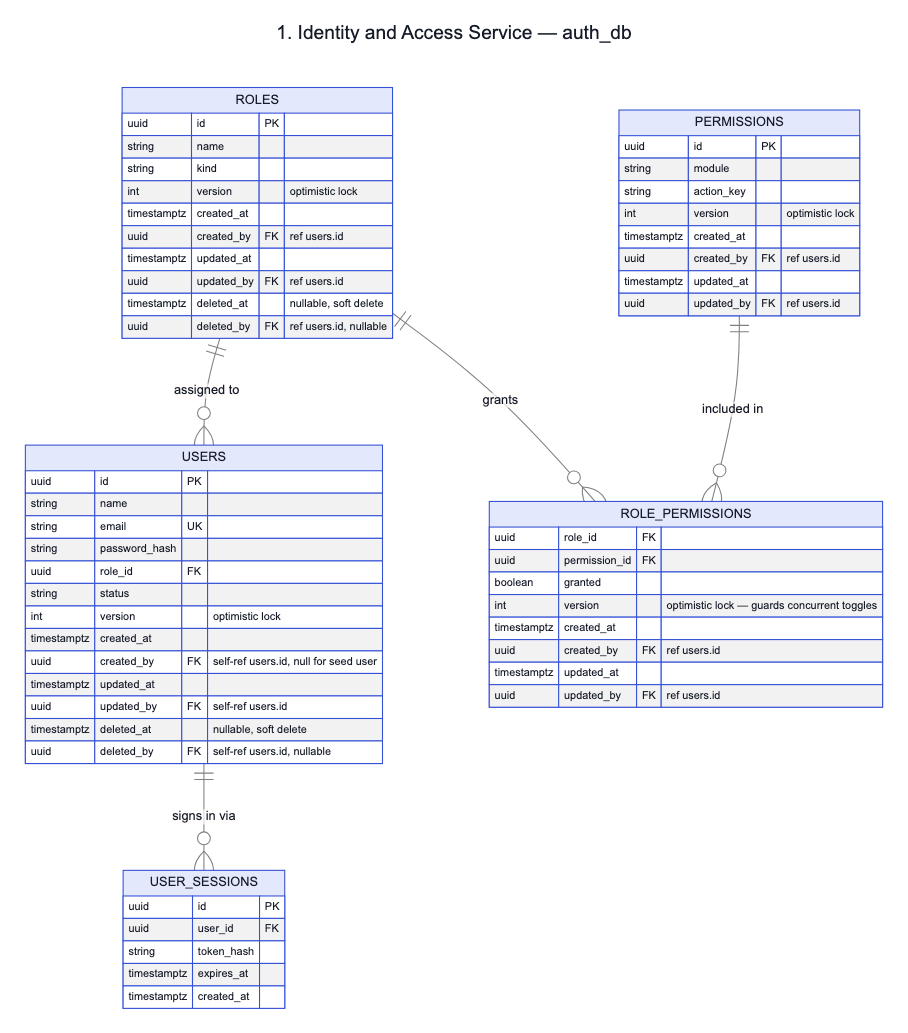
This is docs/architecture/tables-01-identity-access.png from ESD-ONE/University-Course-Management-System, a Mermaid export, as it was before one commit. Its source is kept beside it as docs/architecture/tables-01-identity-access.mmd.
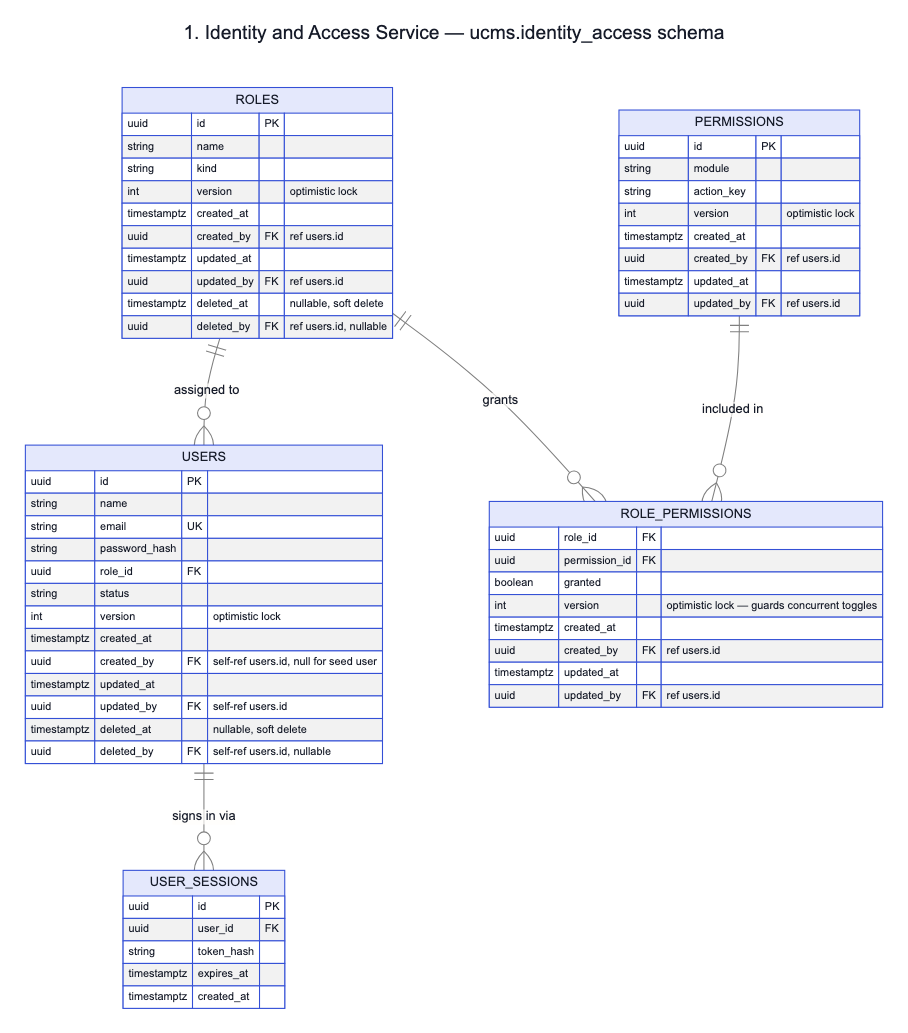
After the change.

What changed in the source:
```diff
@@ -1,5 +1,5 @@
 ---
-title: 1. Identity and Access Service — auth_db
+title: 1. Identity and Access Service — ucms.identity_access schema
 ---
 erDiagram
     USERS {
```
